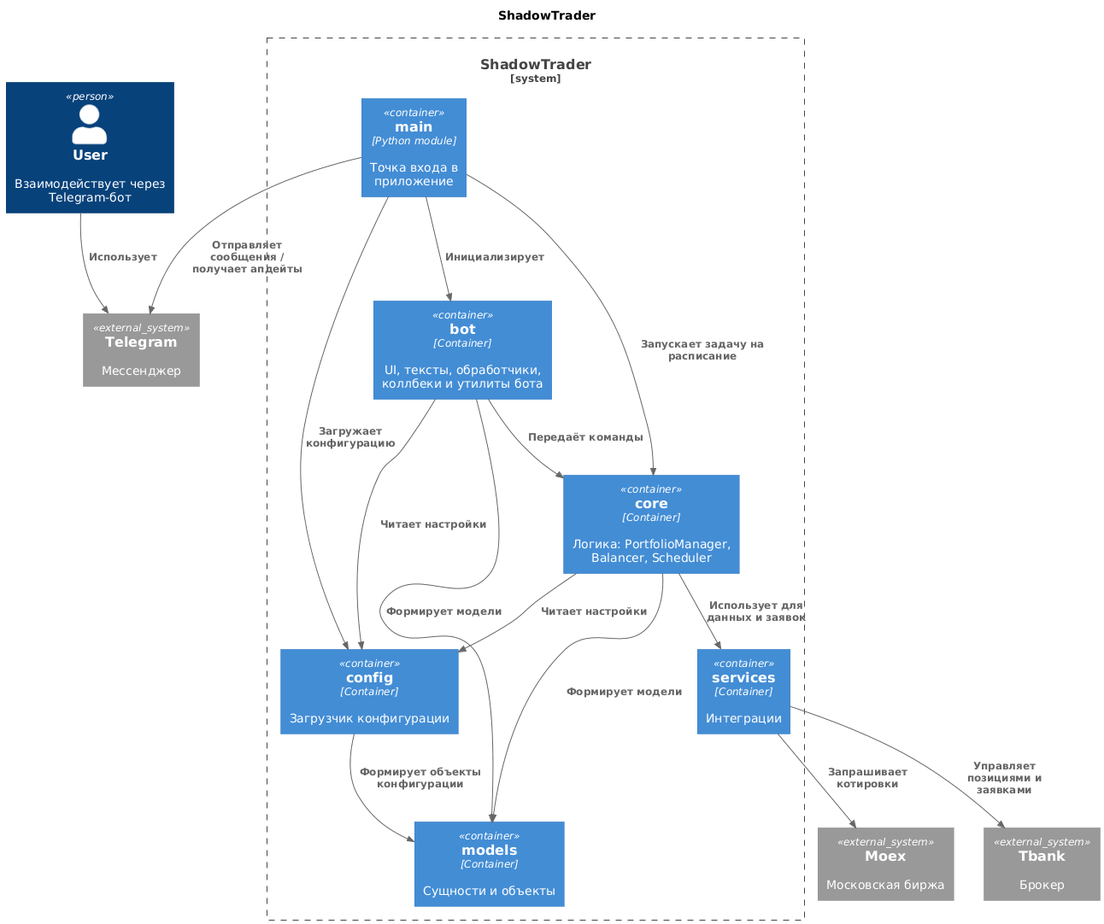
The PlantUML diagram docs/imgs/architecture.png in LevBaranov/ShadowTrader, before a commit. Its diagram source:
```plantuml
@startuml
!include https://raw.githubusercontent.com/plantuml-stdlib/C4-PlantUML/master/C4_Container.puml

title ShadowTrader

Person(user, "User", "Взаимодействует через Telegram-бот")

System_Boundary(app, "ShadowTrader") {

    Container(main, "main", "Python module", "Точка входа в приложение")

    Container(bot, "bot", "Container", "UI, тексты, обработчики, коллбеки и утилиты бота")

    Container(core, "core", "Container", "Логика: PortfolioManager, Balancer, Scheduler")

    Container(services, "services", "Container", "Интеграции")

    Container(config, "config", "Container", "Загрузчик конфигурации")

    Container(models, "models", "Container", "Сущности и объекты")
}

System_Ext(telegram, "Telegram", "Мессенджер")
System_Ext(moex, "Moex", "Московская биржа")
System_Ext(tbank, "Tbank", "Брокер")

Rel(user, telegram, "Использует")
Rel(main, telegram, "Отправляет сообщения / получает апдейты")

Rel(main, bot, "Инициализирует")
Rel(main, core, "Запускает задачу на расписание")
Rel(main, config, "Загружает конфигурацию")

Rel(bot, core, "Передаёт команды")
Rel(bot, config, "Читает настройки")
Rel(bot, models, "Формирует модели")

Rel(core, services, "Использует для данных и заявок")
Rel(core, config, "Читает настройки")
Rel(core, models, "Формирует модели")
Rel(config, models, "Формирует объекты конфигурации")

Rel(services, moex, "Запрашивает котировки")
Rel(services, tbank, "Управляет позициями и заявками")

@enduml
```
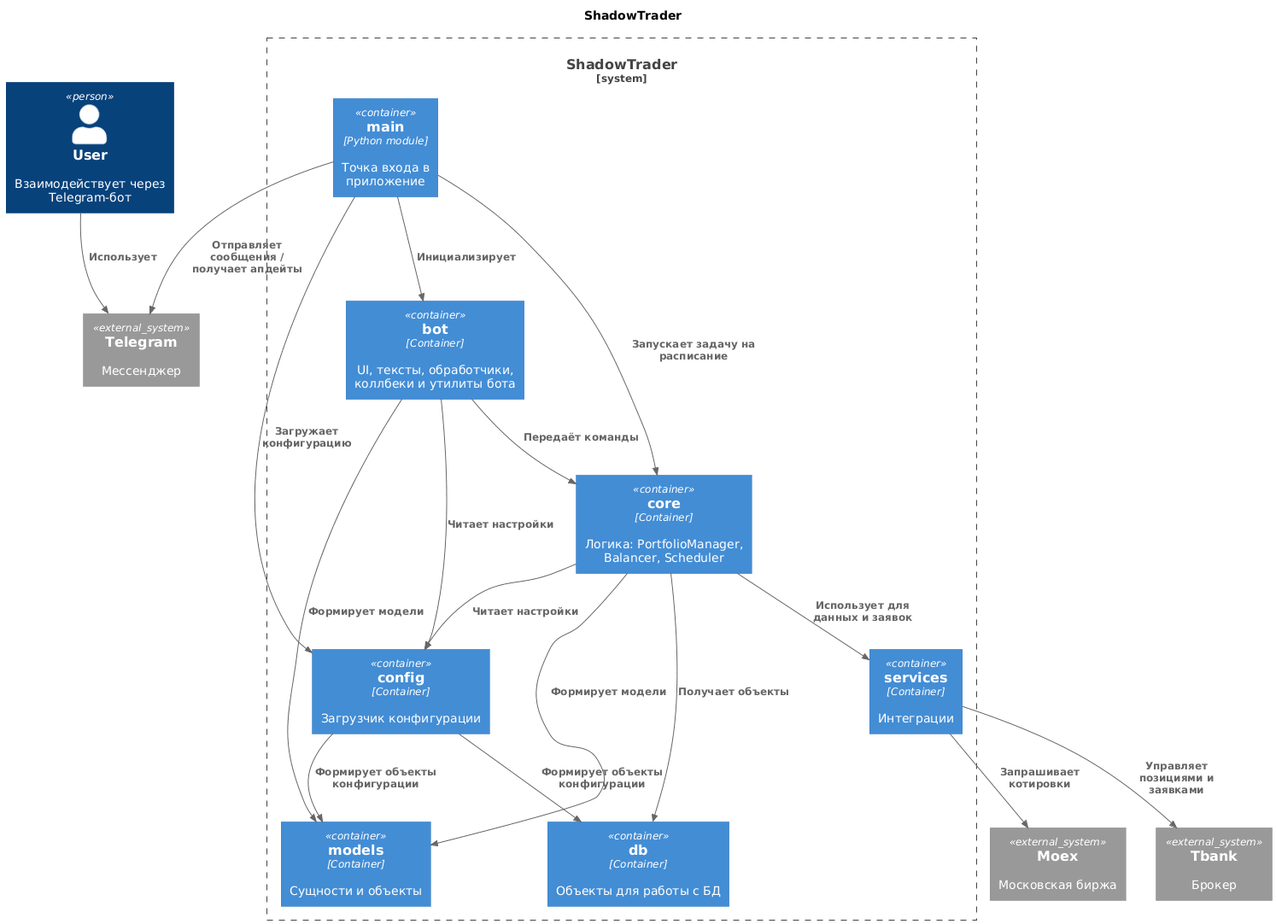
After the commit.

Commit message:
Auto-update diagrams

What changed in the source:
```diff
@@ -18,6 +18,7 @@
     Container(config, "config", "Container", "Загрузчик конфигурации")
 
     Container(models, "models", "Container", "Сущности и объекты")
+    Container(db, "db", "Container", "Объекты для работы с БД")
 }
 
 System_Ext(telegram, "Telegram", "Мессенджер")
@@ -38,7 +39,9 @@
 Rel(core, services, "Использует для данных и заявок")
 Rel(core, config, "Читает настройки")
 Rel(core, models, "Формирует модели")
+Rel(core, db, "Получает объекты")
 Rel(config, models, "Формирует объекты конфигурации")
+Rel(config, db, "Формирует объекты конфигурации")
 
 Rel(services, moex, "Запрашивает котировки")
 Rel(services, tbank, "Управляет позициями и заявками")
```
